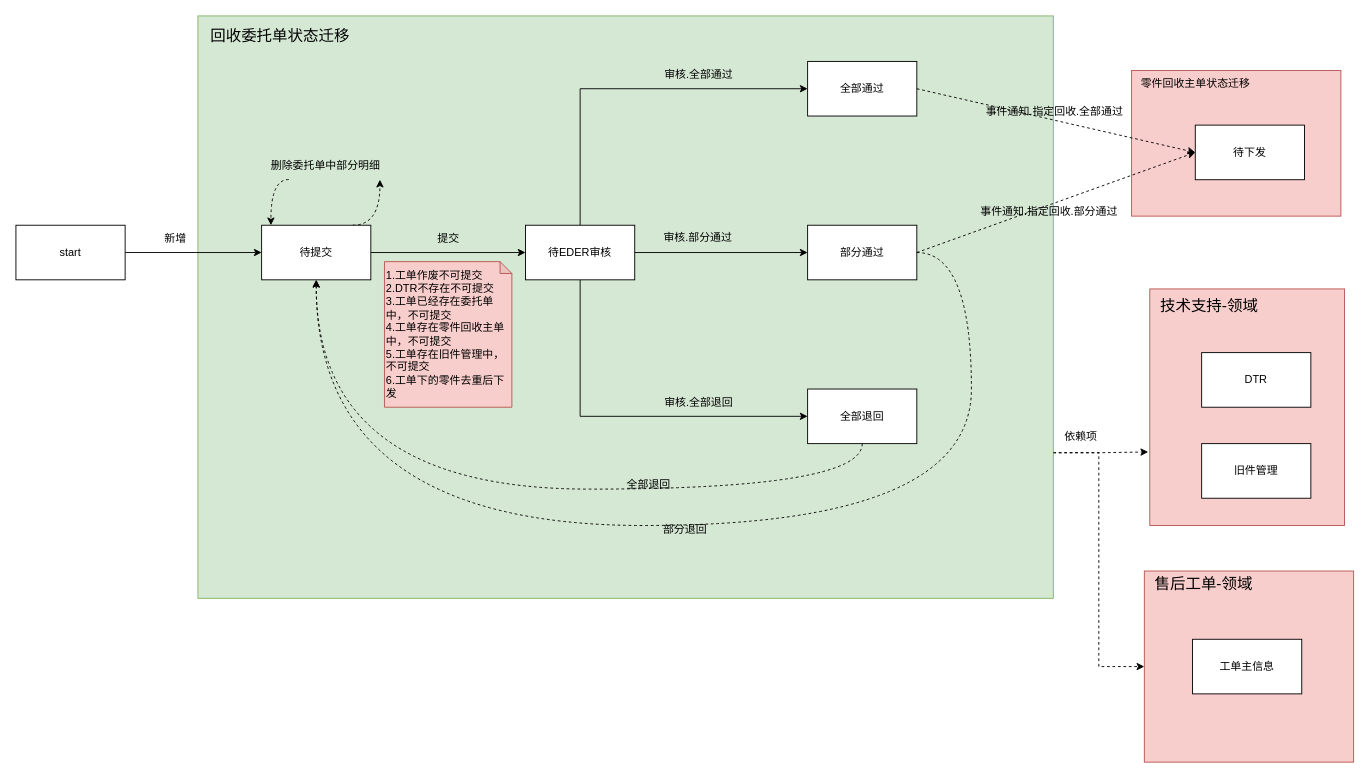
Above: 回收委托单事件设计.drawio in 1132489442/designer (draw.io), before the change. Source tidied: cells renumbered, new cells numbered last; positions are measured from the earlier drawing's top-left corner, leaving out a move shared by most shapes. Both pictures are drawn from the tidied source at 91%, with x=0, y=0 at pixel (15, 15).
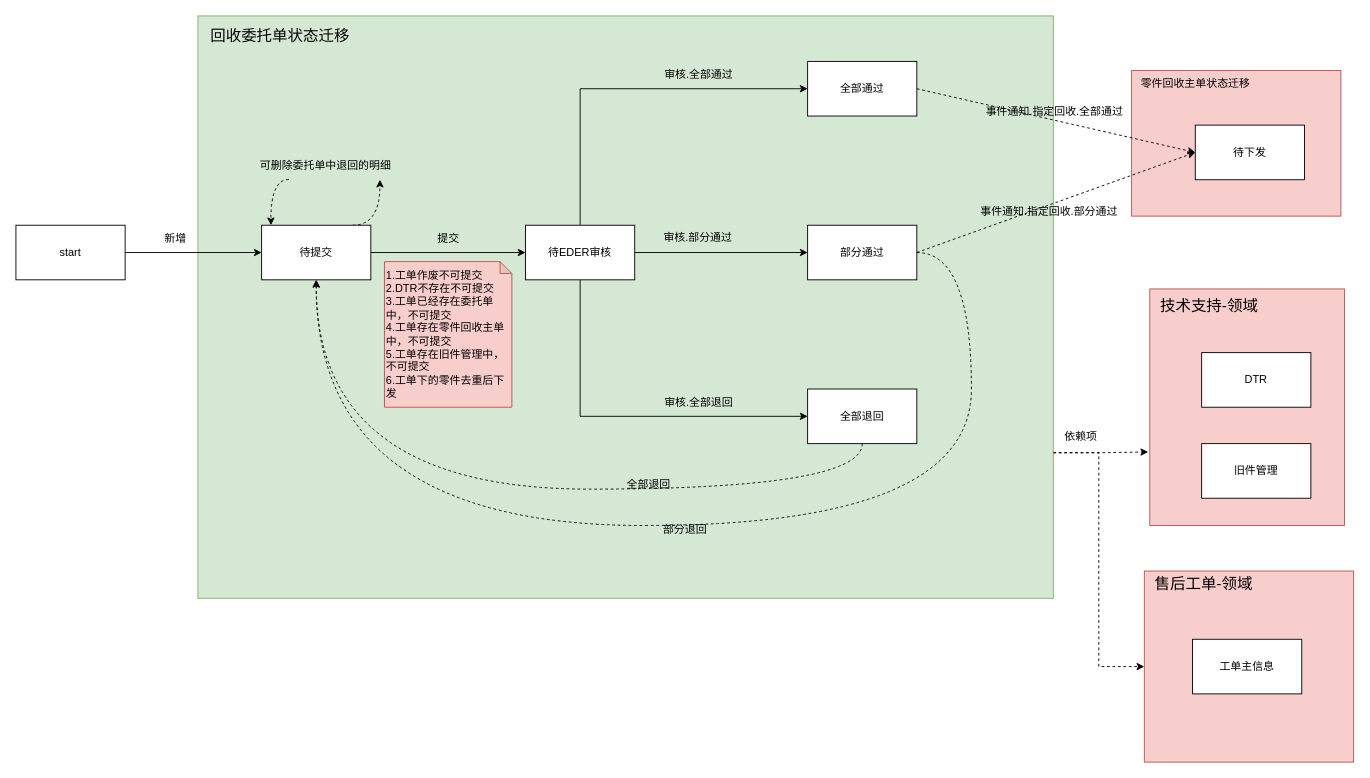
After the change.

Commit message (it also covers changes not shown here):
更新回收委托单事件设计.drawio

Diff of the diagram source:
```diff
@@
-    <mxCell id="43" value="删除委托单中部分明细" style="text;html=1;align=center;verticalAlign=middle;strokeColor=none;fillColor=none;" parent="1" vertex="1">
-      <mxGeometry x="270" y="150" width="140" height="30" as="geometry" />
+    <mxCell id="43" value="可删除委托单中退回的明细" style="text;html=1;align=center;verticalAlign=middle;strokeColor=none;fillColor=none;" parent="1" vertex="1">
+      <mxGeometry x="255" y="150" width="170" height="30" as="geometry" />
     </mxCell>
```
